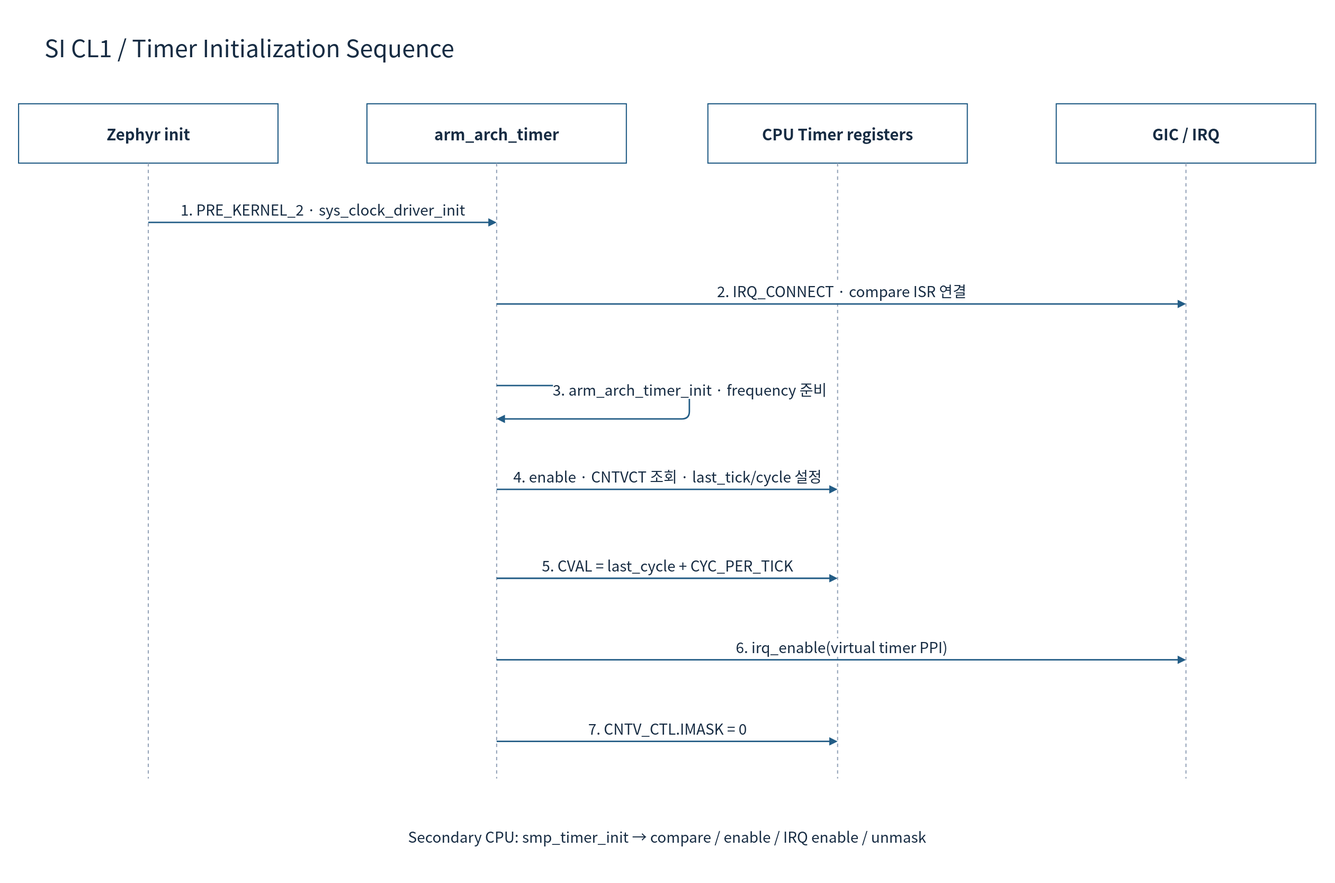
Before: doc/phase1/timer/diagrams/08g-zephyr-init.drawio.svg, a diagram exported from draw.io (cometzero/project-apollo). Source tidied: cells renumbered, new cells last; positions are measured from the earlier drawing's top-left corner, leaving out a move shared by most shapes.
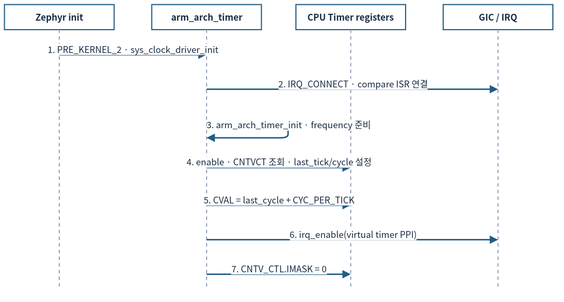
The same file after the commit.

What changed in the source:
```diff
@@ -2,103 +2,94 @@
   <root>
     <mxCell id="0" />
     <mxCell id="1" parent="0" />
-    <mxCell id="2" style="rounded=0;whiteSpace=wrap;html=1;fillColor=#FFFFFF;strokeColor=none;strokeWidth=1.5;fontColor=#172C43;fontFamily=Noto Sans CJK KR;fontSize=22;spacing=10;" parent="1" vertex="1">
-      <mxGeometry width="1800" height="1190" as="geometry" />
-    </mxCell>
-    <mxCell id="3" value="SI CL1 / Timer Initialization Sequence" style="rounded=0;whiteSpace=wrap;html=1;fillColor=#FFFFFF;strokeColor=none;strokeWidth=1.5;fontColor=#172C43;fontFamily=Noto Sans CJK KR;fontSize=22;spacing=10;fontSize=32;align=left;" parent="1" vertex="1">
-      <mxGeometry x="50" y="30" width="1700" height="65" as="geometry" />
-    </mxCell>
-    <mxCell id="4" value="Zephyr init" style="rounded=0;whiteSpace=wrap;html=1;fillColor=#FFFFFF;strokeColor=#235D86;strokeWidth=1.5;fontColor=#172C43;fontFamily=Noto Sans CJK KR;fontSize=22;spacing=10;fontStyle=1;fontSize=21;" parent="1" vertex="1">
-      <mxGeometry x="25" y="140" width="350" height="80" as="geometry" />
+    <mxCell id="4" value="Zephyr init" style="rounded=0;whiteSpace=wrap;html=1;fillColor=#FFFFFF;strokeColor=#235D86;strokeWidth=1.5;fontColor=#172C43;fontFamily=Noto Sans CJK KR;fontStyle=1;fontSize=12;spacing=3;whiteSpace=wrap;" parent="1" vertex="1">
+      <mxGeometry x="12" y="12" width="148" height="33.8" as="geometry" />
     </mxCell>
-    <mxCell id="5" style="endArrow=none;dashed=1;strokeColor=#94A3B8;strokeWidth=1.5;" parent="1" edge="1">
+    <mxCell id="5" style="endArrow=none;dashed=1;strokeColor=#94A3B8;strokeWidth=1.5;fontSize=12;spacing=3;whiteSpace=nowrap;" parent="1" edge="1">
       <mxGeometry relative="1" as="geometry">
-        <mxPoint x="200" y="220" as="sourcePoint" />
-        <mxPoint x="200" y="1050" as="targetPoint" />
+        <mxPoint x="86" y="45.8" as="sourcePoint" />
+        <mxPoint x="86" y="396.8" as="targetPoint" />
       </mxGeometry>
     </mxCell>
-    <mxCell id="6" value="arm_arch_timer" style="rounded=0;whiteSpace=wrap;html=1;fillColor=#FFFFFF;strokeColor=#235D86;strokeWidth=1.5;fontColor=#172C43;fontFamily=Noto Sans CJK KR;fontSize=22;spacing=10;fontStyle=1;fontSize=21;" parent="1" vertex="1">
-      <mxGeometry x="495" y="140" width="350" height="80" as="geometry" />
+    <mxCell id="6" value="arm_arch_timer" style="rounded=0;whiteSpace=wrap;html=1;fillColor=#FFFFFF;strokeColor=#235D86;strokeWidth=1.5;fontColor=#172C43;fontFamily=Noto Sans CJK KR;fontStyle=1;fontSize=12;spacing=3;whiteSpace=wrap;" parent="1" vertex="1">
+      <mxGeometry x="210.7" y="12" width="148" height="33.8" as="geometry" />
     </mxCell>
-    <mxCell id="7" style="endArrow=none;dashed=1;strokeColor=#94A3B8;strokeWidth=1.5;" parent="1" edge="1">
+    <mxCell id="7" style="endArrow=none;dashed=1;strokeColor=#94A3B8;strokeWidth=1.5;fontSize=12;spacing=3;whiteSpace=nowrap;" parent="1" edge="1">
       <mxGeometry relative="1" as="geometry">
-        <mxPoint x="670" y="220" as="sourcePoint" />
-        <mxPoint x="670" y="1050" as="targetPoint" />
+        <mxPoint x="284.7" y="45.8" as="sourcePoint" />
+        <mxPoint x="284.7" y="396.8" as="targetPoint" />
       </mxGeometry>
     </mxCell>
-    <mxCell id="8" value="CPU Timer registers" style="rounded=0;whiteSpace=wrap;html=1;fillColor=#FFFFFF;strokeColor=#235D86;strokeWidth=1.5;fontColor=#172C43;fontFamily=Noto Sans CJK KR;fontSize=22;spacing=10;fontStyle=1;fontSize=21;" parent="1" vertex="1">
-      <mxGeometry x="955" y="140" width="350" height="80" as="geometry" />
+    <mxCell id="8" value="CPU Timer registers" style="rounded=0;whiteSpace=wrap;html=1;fillColor=#FFFFFF;strokeColor=#235D86;strokeWidth=1.5;fontColor=#172C43;fontFamily=Noto Sans CJK KR;fontStyle=1;fontSize=12;spacing=3;whiteSpace=wrap;" parent="1" vertex="1">
+      <mxGeometry x="405.3" y="12" width="148" height="33.8" as="geometry" />
     </mxCell>
-    <mxCell id="9" style="endArrow=none;dashed=1;strokeColor=#94A3B8;strokeWidth=1.5;" parent="1" edge="1">
+    <mxCell id="9" style="endArrow=none;dashed=1;strokeColor=#94A3B8;strokeWidth=1.5;fontSize=12;spacing=3;whiteSpace=nowrap;" parent="1" edge="1">
       <mxGeometry relative="1" as="geometry">
-        <mxPoint x="1130" y="220" as="sourcePoint" />
-        <mxPoint x="1130" y="1050" as="targetPoint" />
+        <mxPoint x="479.3" y="45.8" as="sourcePoint" />
+        <mxPoint x="479.3" y="396.8" as="targetPoint" />
       </mxGeometry>
     </mxCell>
-    <mxCell id="10" value="GIC / IRQ" style="rounded=0;whiteSpace=wrap;html=1;fillColor=#FFFFFF;strokeColor=#235D86;strokeWidth=1.5;fontColor=#172C43;fontFamily=Noto Sans CJK KR;fontSize=22;spacing=10;fontStyle=1;fontSize=21;" parent="1" vertex="1">
-      <mxGeometry x="1425" y="140" width="350" height="80" as="geometry" />
+    <mxCell id="10" value="GIC / IRQ" style="rounded=0;whiteSpace=wrap;html=1;fillColor=#FFFFFF;strokeColor=#235D86;strokeWidth=1.5;fontColor=#172C43;fontFamily=Noto Sans CJK KR;fontStyle=1;fontSize=12;spacing=3;whiteSpace=wrap;" parent="1" vertex="1">
+      <mxGeometry x="604" y="12" width="148" height="33.8" as="geometry" />
     </mxCell>
-    <mxCell id="11" style="endArrow=none;dashed=1;strokeColor=#94A3B8;strokeWidth=1.5;" parent="1" edge="1">
+    <mxCell id="11" style="endArrow=none;dashed=1;strokeColor=#94A3B8;strokeWidth=1.5;fontSize=12;spacing=3;whiteSpace=nowrap;" parent="1" edge="1">
       <mxGeometry relative="1" as="geometry">
-        <mxPoint x="1600" y="220" as="sourcePoint" />
-        <mxPoint x="1600" y="1050" as="targetPoint" />
+        <mxPoint x="678" y="45.8" as="sourcePoint" />
+        <mxPoint x="678" y="396.8" as="targetPoint" />
       </mxGeometry>
     </mxCell>
-    <mxCell id="12" value="1. PRE_KERNEL_2 · sys_clock_driver_init" style="edgeStyle=none;html=1;endArrow=block;endFill=1;strokeColor=#235D86;strokeWidth=2;fontColor=#172C43;fontFamily=Noto Sans CJK KR;fontSize=20;labelBackgroundColor=#FFFFFF;" parent="1" edge="1">
+    <mxCell id="12" value="1. PRE_KERNEL_2 · sys_clock_driver_init" style="edgeStyle=none;html=1;endArrow=block;endFill=1;strokeColor=#235D86;strokeWidth=2;fontColor=#172C43;fontFamily=Noto Sans CJK KR;labelBackgroundColor=#FFFFFF;fontSize=12;spacing=3;whiteSpace=nowrap;" parent="1" edge="1">
       <mxGeometry relative="1" as="geometry">
-        <mxPoint x="200" y="300" as="sourcePoint" />
-        <mxPoint x="670" y="300" as="targetPoint" />
-        <mxPoint y="-18" as="offset" />
+        <mxPoint x="86" y="79.7" as="sourcePoint" />
+        <mxPoint x="284.7" y="79.7" as="targetPoint" />
+        <mxPoint y="-7.6" as="offset" />
       </mxGeometry>
     </mxCell>
-    <mxCell id="13" value="2. IRQ_CONNECT · compare ISR 연결" style="edgeStyle=none;html=1;endArrow=block;endFill=1;strokeColor=#235D86;strokeWidth=2;fontColor=#172C43;fontFamily=Noto Sans CJK KR;fontSize=20;labelBackgroundColor=#FFFFFF;" parent="1" edge="1">
+    <mxCell id="13" value="2. IRQ_CONNECT · compare ISR 연결" style="edgeStyle=none;html=1;endArrow=block;endFill=1;strokeColor=#235D86;strokeWidth=2;fontColor=#172C43;fontFamily=Noto Sans CJK KR;labelBackgroundColor=#FFFFFF;fontSize=12;spacing=3;whiteSpace=nowrap;" parent="1" edge="1">
       <mxGeometry relative="1" as="geometry">
-        <mxPoint x="670" y="410" as="sourcePoint" />
-        <mxPoint x="1600" y="410" as="targetPoint" />
-        <mxPoint y="-18" as="offset" />
+        <mxPoint x="284.7" y="126.2" as="sourcePoint" />
+        <mxPoint x="678" y="126.2" as="targetPoint" />
+        <mxPoint y="-7.6" as="offset" />
       </mxGeometry>
     </mxCell>
-    <mxCell id="14" value="3. arm_arch_timer_init · frequency 준비" style="edgeStyle=none;html=1;endArrow=block;endFill=1;strokeColor=#235D86;strokeWidth=2;fontColor=#172C43;fontFamily=Noto Sans CJK KR;fontSize=20;labelBackgroundColor=#FFFFFF;" parent="1" edge="1">
+    <mxCell id="14" value="3. arm_arch_timer_init · frequency 준비" style="edgeStyle=none;html=1;endArrow=block;endFill=1;strokeColor=#235D86;strokeWidth=2;fontColor=#172C43;fontFamily=Noto Sans CJK KR;labelBackgroundColor=#FFFFFF;fontSize=12;spacing=3;whiteSpace=nowrap;" parent="1" edge="1">
       <mxGeometry relative="1" as="geometry">
-        <mxPoint x="670" y="520" as="sourcePoint" />
-        <mxPoint x="670" y="565" as="targetPoint" />
+        <mxPoint x="284.7" y="172.7" as="sourcePoint" />
+        <mxPoint x="284.7" y="191.7" as="targetPoint" />
         <Array as="points">
-          <mxPoint x="930" y="520" />
-          <mxPoint x="930" y="565" />
+          <mxPoint x="394.7" y="172.7" />
+          <mxPoint x="394.7" y="191.7" />
         </Array>
-        <mxPoint y="-18" as="offset" />
+        <mxPoint y="-7.6" as="offset" />
       </mxGeometry>
     </mxCell>
-    <mxCell id="15" value="4. enable · CNTVCT 조회 · last_tick/cycle 설정" style="edgeStyle=none;html=1;endArrow=block;endFill=1;strokeColor=#235D86;strokeWidth=2;fontColor=#172C43;fontFamily=Noto Sans CJK KR;fontSize=20;labelBackgroundColor=#FFFFFF;" parent="1" edge="1">
+    <mxCell id="15" value="4. enable · CNTVCT 조회 · last_tick/cycle 설정" style="edgeStyle=none;html=1;endArrow=block;endFill=1;strokeColor=#235D86;strokeWidth=2;fontColor=#172C43;fontFamily=Noto Sans CJK KR;labelBackgroundColor=#FFFFFF;fontSize=12;spacing=3;whiteSpace=nowrap;" parent="1" edge="1">
       <mxGeometry relative="1" as="geometry">
-        <mxPoint x="670" y="660" as="sourcePoint" />
-        <mxPoint x="1130" y="660" as="targetPoint" />
-        <mxPoint y="-18" as="offset" />
+        <mxPoint x="284.7" y="231.9" as="sourcePoint" />
+        <mxPoint x="479.3" y="231.9" as="targetPoint" />
+        <mxPoint y="-7.6" as="offset" />
       </mxGeometry>
     </mxCell>
-    <mxCell id="16" value="5. CVAL = last_cycle + CYC_PER_TICK" style="edgeStyle=none;html=1;endArrow=block;endFill=1;strokeColor=#235D86;strokeWidth=2;fontColor=#172C43;fontFamily=Noto Sans CJK KR;fontSize=20;labelBackgroundColor=#FFFFFF;" parent="1" edge="1">
+    <mxCell id="16" value="5. CVAL = last_cycle + CYC_PER_TICK" style="edgeStyle=none;html=1;endArrow=block;endFill=1;strokeColor=#235D86;strokeWidth=2;fontColor=#172C43;fontFamily=Noto Sans CJK KR;labelBackgroundColor=#FFFFFF;fontSize=12;spacing=3;whiteSpace=nowrap;" parent="1" edge="1">
       <mxGeometry relative="1" as="geometry">
-        <mxPoint x="670" y="780" as="sourcePoint" />
-        <mxPoint x="1130" y="780" as="targetPoint" />
-        <mxPoint y="-18" as="offset" />
+        <mxPoint x="284.7" y="282.6" as="sourcePoint" />
+        <mxPoint x="479.3" y="282.6" as="targetPoint" />
+        <mxPoint y="-7.6" as="offset" />
       </mxGeometry>
     </mxCell>
-    <mxCell id="17" value="6. irq_enable(virtual timer PPI)" style="edgeStyle=none;html=1;endArrow=block;endFill=1;strokeColor=#235D86;strokeWidth=2;fontColor=#172C43;fontFamily=Noto Sans CJK KR;fontSize=20;labelBackgroundColor=#FFFFFF;" parent="1" edge="1">
+    <mxCell id="17" value="6. irq_enable(virtual timer PPI)" style="edgeStyle=none;html=1;endArrow=block;endFill=1;strokeColor=#235D86;strokeWidth=2;fontColor=#172C43;fontFamily=Noto Sans CJK KR;labelBackgroundColor=#FFFFFF;fontSize=12;spacing=3;whiteSpace=nowrap;" parent="1" edge="1">
       <mxGeometry relative="1" as="geometry">
-        <mxPoint x="670" y="890" as="sourcePoint" />
-        <mxPoint x="1600" y="890" as="targetPoint" />
-        <mxPoint y="-18" as="offset" />
+        <mxPoint x="284.7" y="329.1" as="sourcePoint" />
+        <mxPoint x="678" y="329.1" as="targetPoint" />
+        <mxPoint y="-7.6" as="offset" />
       </mxGeometry>
     </mxCell>
-    <mxCell id="18" value="7. CNTV_CTL.IMASK = 0" style="edgeStyle=none;html=1;endArrow=block;endFill=1;strokeColor=#235D86;strokeWidth=2;fontColor=#172C43;fontFamily=Noto Sans CJK KR;fontSize=20;labelBackgroundColor=#FFFFFF;" parent="1" edge="1">
+    <mxCell id="18" value="7. CNTV_CTL.IMASK = 0" style="edgeStyle=none;html=1;endArrow=block;endFill=1;strokeColor=#235D86;strokeWidth=2;fontColor=#172C43;fontFamily=Noto Sans CJK KR;labelBackgroundColor=#FFFFFF;fontSize=12;spacing=3;whiteSpace=nowrap;" parent="1" edge="1">
       <mxGeometry relative="1" as="geometry">
-        <mxPoint x="670" y="1000" as="sourcePoint" />
-        <mxPoint x="1130" y="1000" as="targetPoint" />
-        <mxPoint y="-18" as="offset" />
+        <mxPoint x="284.7" y="375.7" as="sourcePoint" />
+        <mxPoint x="479.3" y="375.7" as="targetPoint" />
+        <mxPoint y="-7.6" as="offset" />
       </mxGeometry>
     </mxCell>
-    <mxCell id="19" value="Secondary CPU: smp_timer_init → compare / enable / IRQ enable / unmask" style="rounded=0;whiteSpace=wrap;html=1;fillColor=#FFFFFF;strokeColor=none;strokeWidth=1.5;fontColor=#172C43;fontFamily=Noto Sans CJK KR;fontSize=22;spacing=10;fontSize=20;" parent="1" vertex="1">
-      <mxGeometry x="50" y="1100" width="1700" height="55" as="geometry" />
-    </mxCell>
   </root>
 </mxGraphModel>
```
